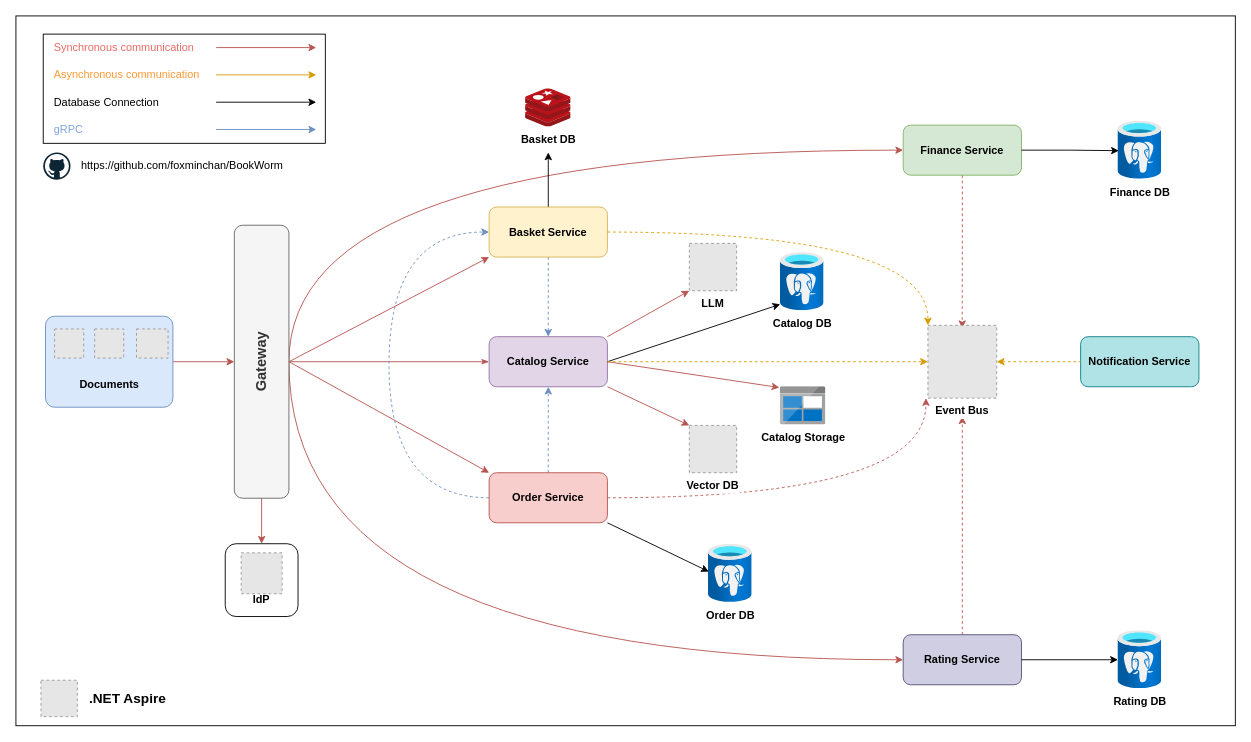
Before: assets/BookWorm.drawio in foxminchan/BookWorm, a draw.io diagram. Source tidied: cells renumbered, new cells numbered last; positions are measured from the earlier drawing's top-left corner, leaving out a move shared by most shapes. Both pictures are drawn from the tidied source at 91%, with x=0, y=0 at pixel (15, 15). Pictures stored in the file or linked from it are replaced by grey dashed boxes.
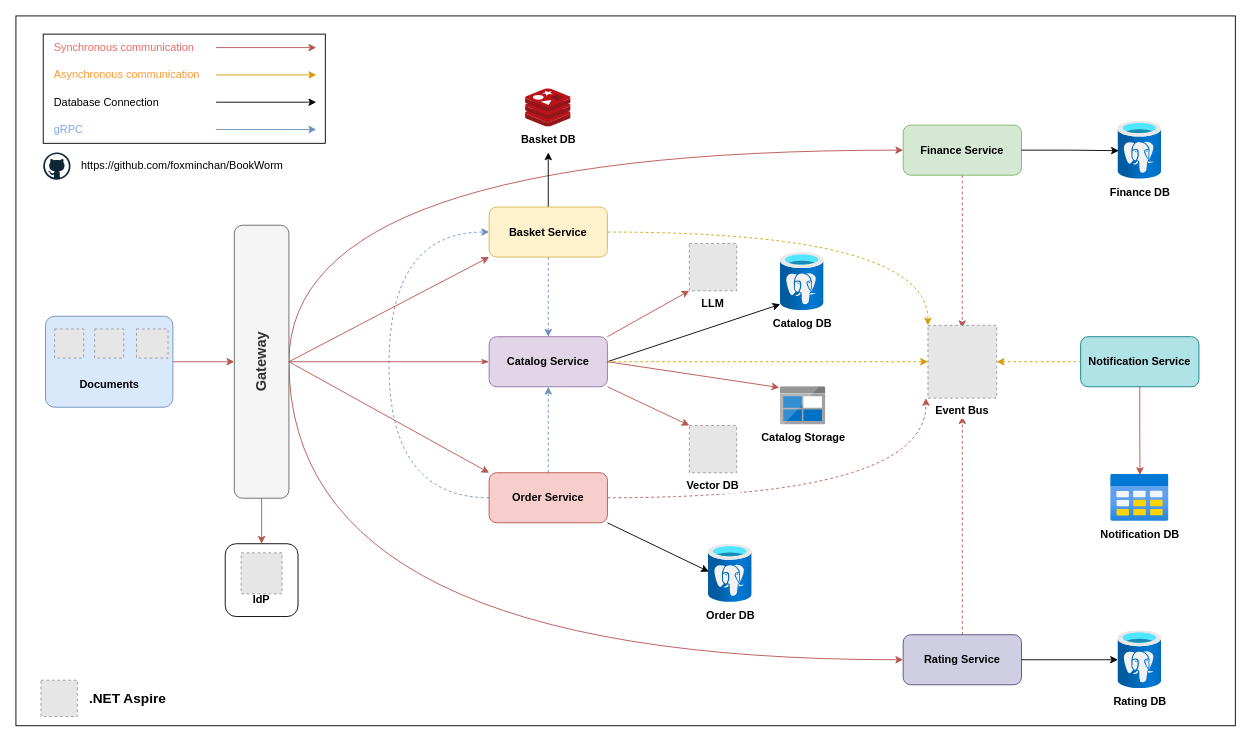
The same page after the edit.

Unchanged cells that the change refers to:
```xml
<mxCell id="41" value="Notification Service" style="rounded=1;whiteSpace=wrap;html=1;fontStyle=1;fillColor=#b0e3e6;strokeColor=#0e8088;" parent="1" vertex="1">
  <mxGeometry x="1170" y="352.5" width="130" height="55" as="geometry" />
</mxCell>
```

The edit, as a diff of the source:
```diff
@@
+    <mxCell id="66" value="&lt;b&gt;Notification DB&lt;/b&gt;" style="image;html=1;points=[];align=center;fontSize=12;image=img/lib/azure2/general/Table.svg;" parent="1" vertex="1">
+      <mxGeometry x="1203" y="503.5" width="64" height="52" as="geometry" />
+    </mxCell>
+    <mxCell id="67" style="edgeStyle=orthogonalEdgeStyle;rounded=0;jettySize=auto;html=1;exitX=0.5;exitY=1;exitDx=0;exitDy=0;entryX=0.503;entryY=0.019;entryDx=0;entryDy=0;entryPerimeter=0;fillColor=#f8cecc;strokeColor=#b85450;" parent="1" edge="1" source="41" target="66">
+      <mxGeometry relative="1" as="geometry" />
+    </mxCell>
```
